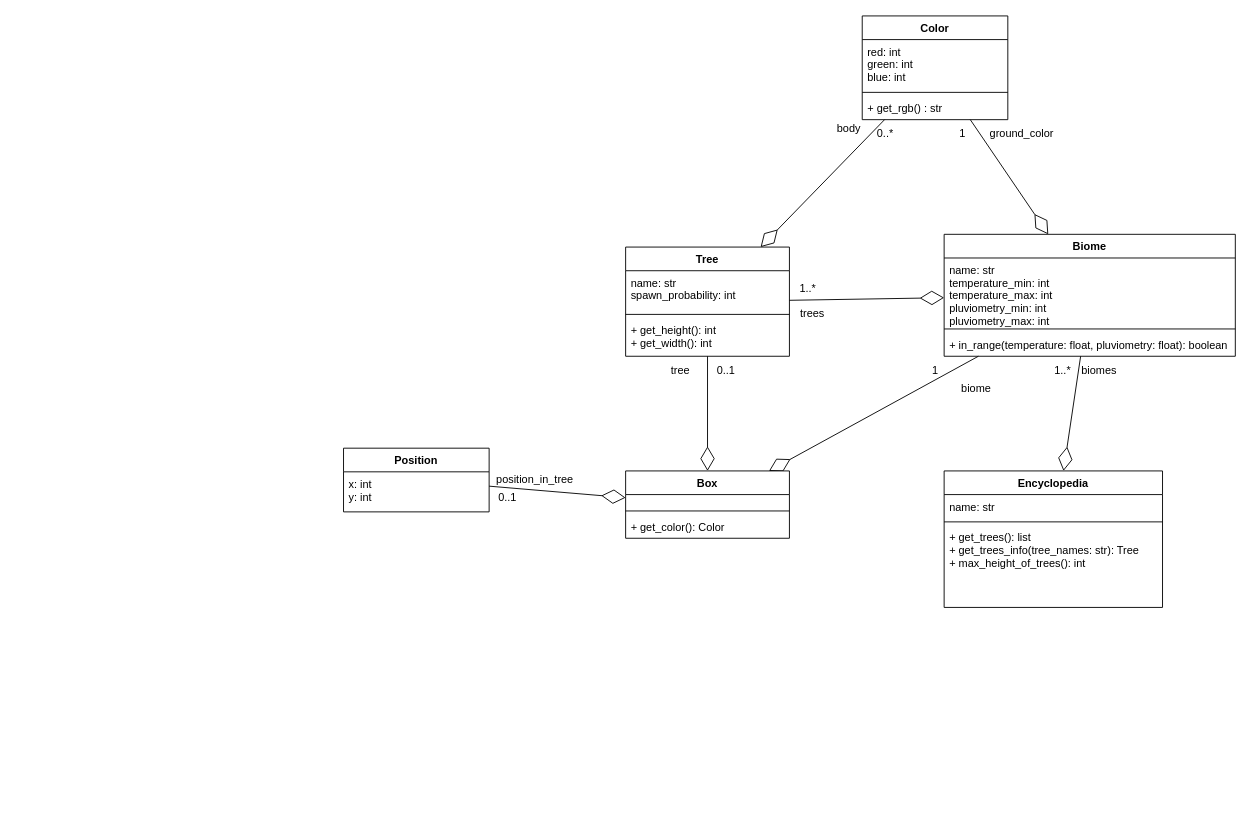
Before: informations/class_diagram.drawio in le-chartreux/pyprocgen, a draw.io diagram. Source tidied: cells renumbered, new cells numbered last; positions are measured from the earlier drawing's top-left corner, leaving out a move shared by most shapes. Both pictures are drawn from the tidied source at 91%, with x=0, y=0 at pixel (343, 15).
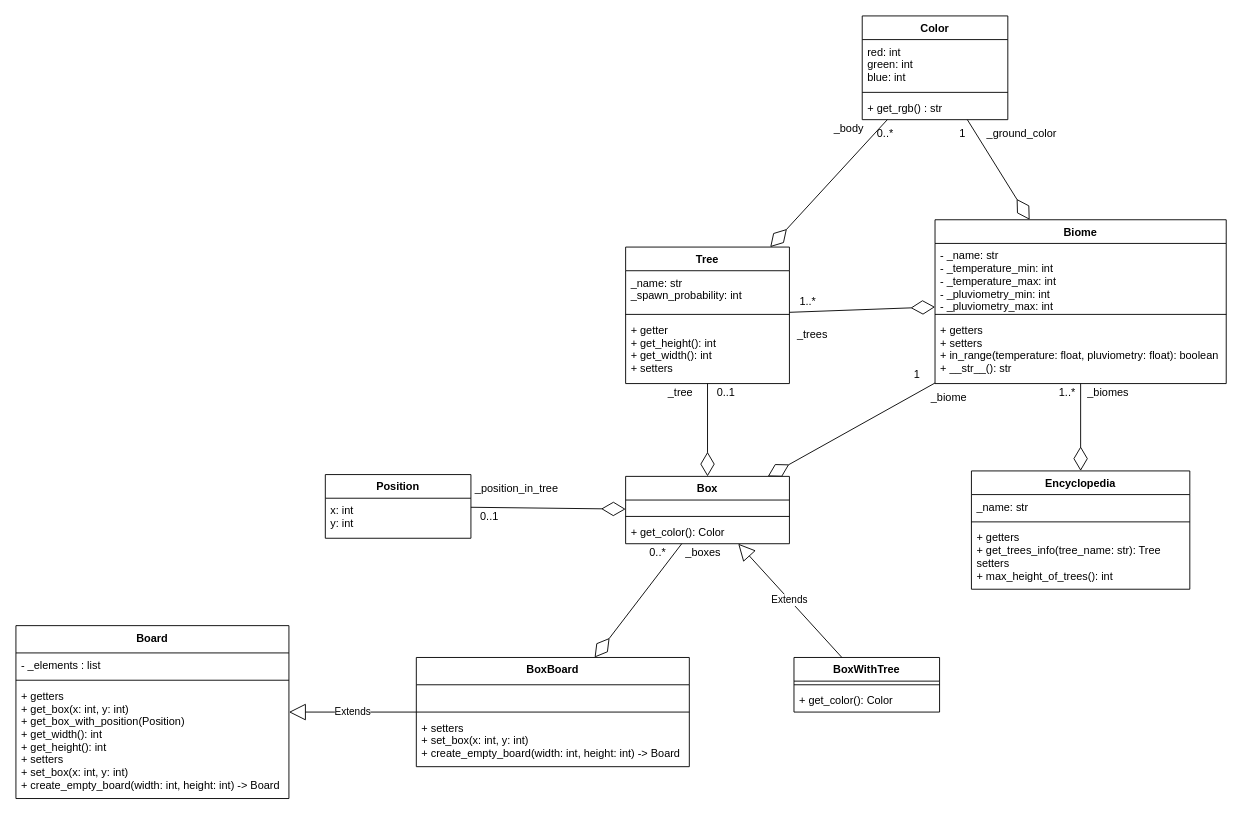
After the change.

What changed in the source:
```diff
@@
-    <mxCell id="2" value="Biome" style="swimlane;fontStyle=1;align=center;verticalAlign=top;horizontal=1;startSize=26;" parent="1" vertex="1">
-      <mxGeometry x="660" y="240" width="320" height="134" as="geometry" />
-    </mxCell>
-    <mxCell id="3" value="name: str&#10;temperature_min: int&#10;temperature_max: int&#10;pluviometry_min: int&#10;pluviometry_max: int" style="text;strokeColor=none;fillColor=none;align=left;verticalAlign=top;spacingLeft=4;spacingRight=4;overflow=hidden;" parent="2" vertex="1">
-      <mxGeometry y="26" width="320" height="74" as="geometry" />
-    </mxCell>
-    <mxCell id="4" style="line;strokeWidth=1;fillColor=none;align=left;verticalAlign=middle;spacingTop=-1;spacingLeft=3;spacingRight=3;labelPosition=right;" parent="2" vertex="1">
-      <mxGeometry y="100" width="320" height="8" as="geometry" />
-    </mxCell>
-    <mxCell id="5" value="+ in_range(temperature: float, pluviometry: float): boolean" style="text;strokeColor=none;fillColor=none;align=left;verticalAlign=top;spacingLeft=4;spacingRight=4;overflow=hidden;" parent="2" vertex="1">
-      <mxGeometry y="108" width="320" height="26" as="geometry" />
-    </mxCell>
@@
     <mxCell id="7" value="1..*" style="text;html=1;align=center;verticalAlign=middle;" parent="1" vertex="1">
-      <mxGeometry x="495" y="290" width="30" height="20" as="geometry" />
+      <mxGeometry x="495" y="304" width="30" height="20" as="geometry" />
     </mxCell>
-    <mxCell id="8" value="trees" style="text;html=1;align=center;verticalAlign=middle;" parent="1" vertex="1">
-      <mxGeometry x="495" y="317" width="40" height="20" as="geometry" />
+    <mxCell id="8" value="_trees" style="text;html=1;align=center;verticalAlign=middle;" parent="1" vertex="1">
+      <mxGeometry x="490" y="340" width="50" height="20" as="geometry" />
     </mxCell>
-    <mxCell id="9" value="Encyclopedia" style="swimlane;fontStyle=1;align=center;verticalAlign=top;horizontal=1;startSize=26;" parent="1" vertex="1">
-      <mxGeometry x="660" y="500" width="240" height="150" as="geometry" />
-    </mxCell>
-    <mxCell id="10" value="name: str" style="text;strokeColor=none;fillColor=none;align=left;verticalAlign=top;spacingLeft=4;spacingRight=4;overflow=hidden;" parent="9" vertex="1">
-      <mxGeometry y="26" width="240" height="26" as="geometry" />
-    </mxCell>
-    <mxCell id="11" style="line;strokeWidth=1;fillColor=none;align=left;verticalAlign=middle;spacingTop=-1;spacingLeft=3;spacingRight=3;labelPosition=right;" parent="9" vertex="1">
-      <mxGeometry y="52" width="240" height="8" as="geometry" />
-    </mxCell>
-    <mxCell id="12" value="+ get_trees(): list&#10;+ get_trees_info(tree_names: str): Tree&#10;+ max_height_of_trees(): int&#10;&#10;" style="text;strokeColor=none;fillColor=none;align=left;verticalAlign=top;spacingLeft=4;spacingRight=4;overflow=hidden;" parent="9" vertex="1">
-      <mxGeometry y="60" width="240" height="90" as="geometry" />
-    </mxCell>
@@
-    <mxCell id="14" value="biomes" style="text;html=1;align=center;verticalAlign=middle;" parent="1" vertex="1">
-      <mxGeometry x="805" y="380" width="50" height="20" as="geometry" />
+    <mxCell id="14" value="_biomes" style="text;html=1;align=center;verticalAlign=middle;" parent="1" vertex="1">
+      <mxGeometry x="810" y="404" width="60" height="20" as="geometry" />
     </mxCell>
     <mxCell id="15" value="1..*" style="text;html=1;align=center;verticalAlign=middle;" parent="1" vertex="1">
-      <mxGeometry x="775" y="380" width="30" height="20" as="geometry" />
+      <mxGeometry x="780" y="404" width="30" height="20" as="geometry" />
     </mxCell>
@@
-    <mxCell id="21" value="ground_color" style="text;html=1;align=center;verticalAlign=middle;" parent="1" vertex="1">
+    <mxCell id="21" value="_ground_color" style="text;html=1;align=center;verticalAlign=middle;" parent="1" vertex="1">
       <mxGeometry x="700" y="120" width="90" height="20" as="geometry" />
     </mxCell>
@@
-    <mxCell id="24" value="body" style="text;html=1;align=center;verticalAlign=middle;" parent="1" vertex="1">
-      <mxGeometry x="535" y="114" width="40" height="20" as="geometry" />
+    <mxCell id="24" value="_body" style="text;html=1;align=center;verticalAlign=middle;" parent="1" vertex="1">
+      <mxGeometry x="530" y="114" width="50" height="20" as="geometry" />
     </mxCell>
@@
     <mxCell id="26" value="Tree" style="swimlane;fontStyle=1;align=center;verticalAlign=top;horizontal=1;startSize=26;" parent="1" vertex="1">
-      <mxGeometry x="310" y="254" width="180" height="120" as="geometry" />
+      <mxGeometry x="310" y="254" width="180" height="150" as="geometry" />
     </mxCell>
-    <mxCell id="27" value="name: str&#10;spawn_probability: int" style="text;strokeColor=none;fillColor=none;align=left;verticalAlign=top;spacingLeft=4;spacingRight=4;overflow=hidden;" parent="26" vertex="1">
+    <mxCell id="27" value="_name: str&#10;_spawn_probability: int" style="text;strokeColor=none;fillColor=none;align=left;verticalAlign=top;spacingLeft=4;spacingRight=4;overflow=hidden;" parent="26" vertex="1">
       <mxGeometry y="26" width="180" height="44" as="geometry" />
     </mxCell>
@@
-    <mxCell id="29" value="+ get_height(): int&#10;+ get_width(): int&#10;" style="text;strokeColor=none;fillColor=none;align=left;verticalAlign=top;spacingLeft=4;spacingRight=4;overflow=hidden;" parent="26" vertex="1">
-      <mxGeometry y="78" width="180" height="42" as="geometry" />
+    <mxCell id="29" value="+ getter&#10;+ get_height(): int&#10;+ get_width(): int&#10;+ setters" style="text;strokeColor=none;fillColor=none;align=left;verticalAlign=top;spacingLeft=4;spacingRight=4;overflow=hidden;" parent="26" vertex="1">
+      <mxGeometry y="78" width="180" height="72" as="geometry" />
     </mxCell>
@@
-    <mxCell id="31" value="Box" style="swimlane;fontStyle=1;align=center;verticalAlign=top;horizontal=1;startSize=26;" parent="1" vertex="1">
-      <mxGeometry x="310" y="500" width="180" height="74" as="geometry" />
-    </mxCell>
-    <mxCell id="32" value="&#10;" style="text;strokeColor=none;fillColor=none;align=left;verticalAlign=top;spacingLeft=4;spacingRight=4;overflow=hidden;" parent="31" vertex="1">
-      <mxGeometry y="26" width="180" height="14" as="geometry" />
-    </mxCell>
-    <mxCell id="33" style="line;strokeWidth=1;fillColor=none;align=left;verticalAlign=middle;spacingTop=-1;spacingLeft=3;spacingRight=3;labelPosition=right;" parent="31" vertex="1">
-      <mxGeometry y="40" width="180" height="8" as="geometry" />
-    </mxCell>
-    <mxCell id="34" value="+ get_color(): Color" style="text;strokeColor=none;fillColor=none;align=left;verticalAlign=top;spacingLeft=4;spacingRight=4;overflow=hidden;" parent="31" vertex="1">
-      <mxGeometry y="48" width="180" height="26" as="geometry" />
-    </mxCell>
-    <mxCell id="35" value="biome" style="text;html=1;align=center;verticalAlign=middle;" parent="1" vertex="1">
-      <mxGeometry x="670" y="400" width="50" height="20" as="geometry" />
+    <mxCell id="35" value="_biome" style="text;html=1;align=center;verticalAlign=middle;" parent="1" vertex="1">
+      <mxGeometry x="640" y="410" width="50" height="20" as="geometry" />
     </mxCell>
     <mxCell id="36" value="1" style="text;html=1;align=center;verticalAlign=middle;" parent="1" vertex="1">
-      <mxGeometry x="640" y="380" width="20" height="20" as="geometry" />
+      <mxGeometry x="620" y="384" width="20" height="20" as="geometry" />
     </mxCell>
@@
-    <mxCell id="38" value="tree" style="text;html=1;align=center;verticalAlign=middle;" parent="1" vertex="1">
-      <mxGeometry x="350" y="380" width="40" height="20" as="geometry" />
+    <mxCell id="38" value="_tree" style="text;html=1;align=center;verticalAlign=middle;" parent="1" vertex="1">
+      <mxGeometry x="350" y="404" width="40" height="20" as="geometry" />
     </mxCell>
     <mxCell id="39" value="0..1" style="text;html=1;align=center;verticalAlign=middle;" parent="1" vertex="1">
-      <mxGeometry x="400" y="380" width="40" height="20" as="geometry" />
+      <mxGeometry x="400" y="404" width="40" height="20" as="geometry" />
     </mxCell>
@@
-    <mxCell id="41" value="position_in_tree" style="text;html=1;align=center;verticalAlign=middle;" parent="1" vertex="1">
-      <mxGeometry x="160" y="500" width="100" height="20" as="geometry" />
+    <mxCell id="41" value="_position_in_tree" style="text;html=1;align=center;verticalAlign=middle;" parent="1" vertex="1">
+      <mxGeometry x="135" y="510" width="110" height="20" as="geometry" />
     </mxCell>
     <mxCell id="42" value="0..1" style="text;html=1;align=center;verticalAlign=middle;" parent="1" vertex="1">
-      <mxGeometry x="160" y="520" width="40" height="20" as="geometry" />
+      <mxGeometry x="140" y="540" width="40" height="20" as="geometry" />
     </mxCell>
+    <mxCell id="45" style="endArrow=diamondThin;endFill=0;endSize=24;html=1;" parent="1" edge="1" source="31" target="53">
+      <mxGeometry relative="1" as="geometry" />
+    </mxCell>
+    <mxCell id="46" value="_boxes" style="text;html=1;align=center;verticalAlign=middle;" parent="1" vertex="1">
+      <mxGeometry x="370" y="580" width="50" height="20" as="geometry" />
+    </mxCell>
+    <mxCell id="47" value="0..*" style="text;html=1;align=center;verticalAlign=middle;" parent="1" vertex="1">
+      <mxGeometry x="330" y="580" width="30" height="20" as="geometry" />
+    </mxCell>
     <mxCell id="43" value="Position" style="swimlane;fontStyle=1;align=center;verticalAlign=top;horizontal=1;startSize=26;" parent="1" vertex="1">
-      <mxGeometry y="475" width="160" height="70" as="geometry" />
+      <mxGeometry x="-20" y="504" width="160" height="70" as="geometry" />
     </mxCell>
@@
+    <mxCell id="31" value="Box" style="swimlane;fontStyle=1;align=center;verticalAlign=top;horizontal=1;startSize=26;" parent="1" vertex="1">
+      <mxGeometry x="310" y="506" width="180" height="74" as="geometry" />
+    </mxCell>
+    <mxCell id="32" value="&#10;" style="text;strokeColor=none;fillColor=none;align=left;verticalAlign=top;spacingLeft=4;spacingRight=4;overflow=hidden;" parent="31" vertex="1">
+      <mxGeometry y="26" width="180" height="14" as="geometry" />
+    </mxCell>
+    <mxCell id="33" style="line;strokeWidth=1;fillColor=none;align=left;verticalAlign=middle;spacingTop=-1;spacingLeft=3;spacingRight=3;labelPosition=right;" parent="31" vertex="1">
+      <mxGeometry y="40" width="180" height="8" as="geometry" />
+    </mxCell>
+    <mxCell id="34" value="+ get_color(): Color" style="text;strokeColor=none;fillColor=none;align=left;verticalAlign=top;spacingLeft=4;spacingRight=4;overflow=hidden;" parent="31" vertex="1">
+      <mxGeometry y="48" width="180" height="26" as="geometry" />
+    </mxCell>
+    <mxCell id="2" value="Biome" style="swimlane;fontStyle=1;align=center;verticalAlign=top;horizontal=1;startSize=26;" parent="1" vertex="1">
+      <mxGeometry x="650" y="224" width="320" height="180" as="geometry" />
+    </mxCell>
+    <mxCell id="3" value="- _name: str&#10;- _temperature_min: int&#10;- _temperature_max: int&#10;- _pluviometry_min: int&#10;- _pluviometry_max: int" style="text;strokeColor=none;fillColor=none;align=left;verticalAlign=top;spacingLeft=4;spacingRight=4;overflow=hidden;" parent="2" vertex="1">
+      <mxGeometry y="26" width="320" height="74" as="geometry" />
+    </mxCell>
+    <mxCell id="4" style="line;strokeWidth=1;fillColor=none;align=left;verticalAlign=middle;spacingTop=-1;spacingLeft=3;spacingRight=3;labelPosition=right;" parent="2" vertex="1">
+      <mxGeometry y="100" width="320" height="8" as="geometry" />
+    </mxCell>
+    <mxCell id="5" value="+ getters&#10;+ setters&#10;+ in_range(temperature: float, pluviometry: float): boolean&#10;+ __str__(): str&#10;" style="text;strokeColor=none;fillColor=none;align=left;verticalAlign=top;spacingLeft=4;spacingRight=4;overflow=hidden;" parent="2" vertex="1">
+      <mxGeometry y="108" width="320" height="72" as="geometry" />
+    </mxCell>
+    <mxCell id="48" value="Extends" style="endArrow=block;endSize=16;endFill=0;html=1;" parent="1" edge="1" source="53" target="49">
+      <mxGeometry relative="1" as="geometry" />
+    </mxCell>
+    <mxCell id="49" value="Board" style="swimlane;fontStyle=1;align=center;verticalAlign=top;horizontal=1;startSize=30;" parent="1" vertex="1">
+      <mxGeometry x="-360" y="670" width="300" height="190" as="geometry" />
+    </mxCell>
+    <mxCell id="50" value="- _elements : list" style="text;strokeColor=none;fillColor=none;align=left;verticalAlign=top;spacingLeft=4;spacingRight=4;overflow=hidden;" parent="49" vertex="1">
+      <mxGeometry y="30" width="300" height="26" as="geometry" />
+    </mxCell>
+    <mxCell id="51" style="line;strokeWidth=1;fillColor=none;align=left;verticalAlign=middle;spacingTop=-1;spacingLeft=3;spacingRight=3;labelPosition=right;" parent="49" vertex="1">
+      <mxGeometry y="56" width="300" height="8" as="geometry" />
+    </mxCell>
+    <mxCell id="52" value="+ getters&#10;+ get_box(x: int, y: int)&#10;+ get_box_with_position(Position)&#10;+ get_width(): int&#10;+ get_height(): int &#10;+ setters&#10;+ set_box(x: int, y: int)&#10;+ create_empty_board(width: int, height: int) -&gt; Board" style="text;strokeColor=none;fillColor=none;align=left;verticalAlign=top;spacingLeft=4;spacingRight=4;overflow=hidden;" parent="49" vertex="1">
+      <mxGeometry y="64" width="300" height="126" as="geometry" />
+    </mxCell>
+    <mxCell id="53" value="BoxBoard" style="swimlane;fontStyle=1;align=center;verticalAlign=top;horizontal=1;startSize=30;" parent="1" vertex="1">
+      <mxGeometry x="80" y="705" width="300" height="120" as="geometry" />
+    </mxCell>
+    <mxCell id="54" value=" " style="text;strokeColor=none;fillColor=none;align=left;verticalAlign=top;spacingLeft=4;spacingRight=4;overflow=hidden;" parent="53" vertex="1">
+      <mxGeometry y="30" width="300" height="26" as="geometry" />
+    </mxCell>
+    <mxCell id="55" style="line;strokeWidth=1;fillColor=none;align=left;verticalAlign=middle;spacingTop=-1;spacingLeft=3;spacingRight=3;labelPosition=right;" parent="53" vertex="1">
+      <mxGeometry y="56" width="300" height="8" as="geometry" />
+    </mxCell>
+    <mxCell id="56" value="+ setters&#10;+ set_box(x: int, y: int)&#10;+ create_empty_board(width: int, height: int) -&gt; Board" style="text;strokeColor=none;fillColor=none;align=left;verticalAlign=top;spacingLeft=4;spacingRight=4;overflow=hidden;" parent="53" vertex="1">
+      <mxGeometry y="64" width="300" height="56" as="geometry" />
+    </mxCell>
+    <mxCell id="57" value="BoxWithTree" style="swimlane;fontStyle=1;align=center;verticalAlign=top;horizontal=1;startSize=26;" parent="1" vertex="1">
+      <mxGeometry x="495" y="705" width="160" height="60" as="geometry" />
+    </mxCell>
+    <mxCell id="58" style="line;strokeWidth=1;fillColor=none;align=left;verticalAlign=middle;spacingTop=-1;spacingLeft=3;spacingRight=3;labelPosition=right;" parent="57" vertex="1">
+      <mxGeometry y="26" width="160" height="8" as="geometry" />
+    </mxCell>
+    <mxCell id="59" value="+ get_color(): Color" style="text;strokeColor=none;fillColor=none;align=left;verticalAlign=top;spacingLeft=4;spacingRight=4;overflow=hidden;" parent="57" vertex="1">
+      <mxGeometry y="34" width="160" height="26" as="geometry" />
+    </mxCell>
+    <mxCell id="60" value="Extends" style="endArrow=block;endSize=16;endFill=0;html=1;" parent="1" edge="1" source="57" target="31">
+      <mxGeometry relative="1" as="geometry" />
+    </mxCell>
+    <mxCell id="9" value="Encyclopedia" style="swimlane;fontStyle=1;align=center;verticalAlign=top;horizontal=1;startSize=26;" parent="1" vertex="1">
+      <mxGeometry x="690" y="500" width="240" height="130" as="geometry" />
+    </mxCell>
+    <mxCell id="10" value="_name: str" style="text;strokeColor=none;fillColor=none;align=left;verticalAlign=top;spacingLeft=4;spacingRight=4;overflow=hidden;" parent="9" vertex="1">
+      <mxGeometry y="26" width="240" height="26" as="geometry" />
+    </mxCell>
+    <mxCell id="11" style="line;strokeWidth=1;fillColor=none;align=left;verticalAlign=middle;spacingTop=-1;spacingLeft=3;spacingRight=3;labelPosition=right;" parent="9" vertex="1">
+      <mxGeometry y="52" width="240" height="8" as="geometry" />
+    </mxCell>
+    <mxCell id="12" value="+ getters&#10;+ get_trees_info(tree_name: str): Tree&#10;setters&#10;+ max_height_of_trees(): int&#10;&#10;" style="text;strokeColor=none;fillColor=none;align=left;verticalAlign=top;spacingLeft=4;spacingRight=4;overflow=hidden;" parent="9" vertex="1">
+      <mxGeometry y="60" width="240" height="70" as="geometry" />
+    </mxCell>
```
